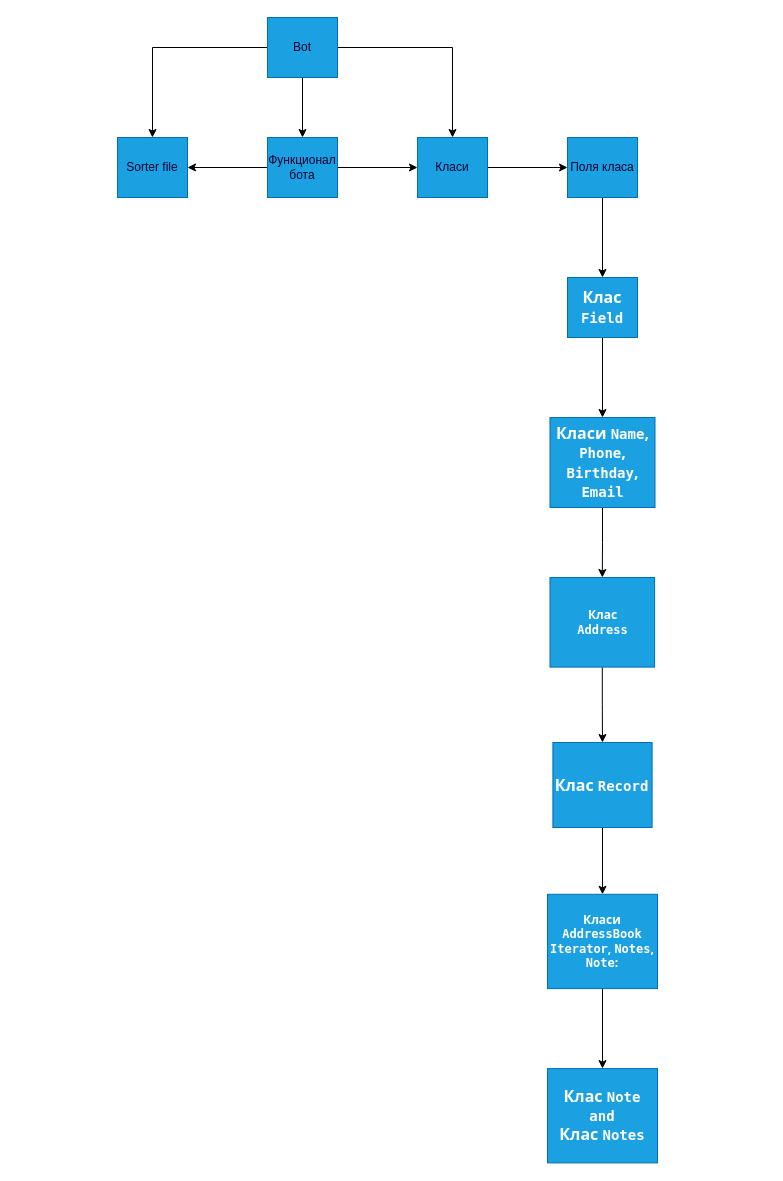
Above: 1.drawio in maxchernigov/sort (draw.io), before the change. Source tidied: cells renumbered, new cells numbered last; positions are measured from the earlier drawing's top-left corner, leaving out a move shared by most shapes. Both pictures are drawn from the tidied source at 100%, with x=0, y=0 at pixel (117, 17).
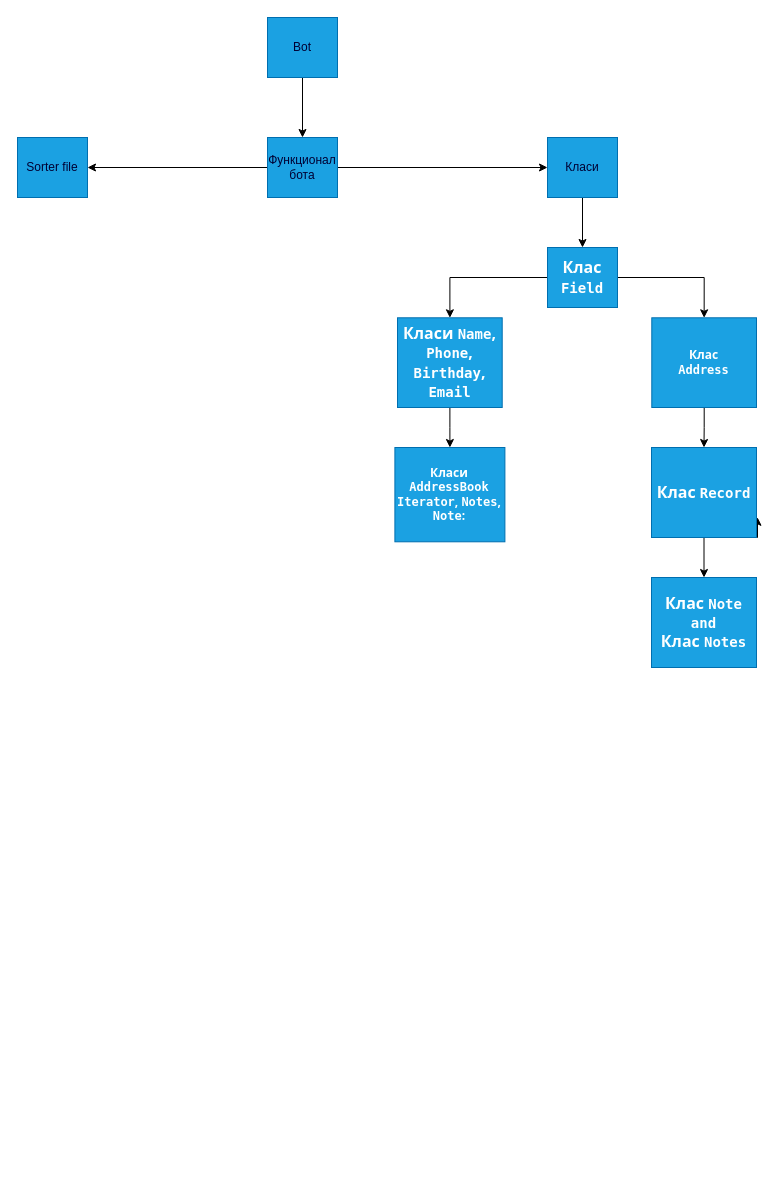
Above is the later version.

The change refers to these unchanged cells:
```xml
<mxCell id="5" value="&lt;font color=&quot;#000033&quot;&gt;Bot&lt;/font&gt;" style="rounded=0;whiteSpace=wrap;html=1;fillColor=#1ba1e2;strokeColor=#006EAF;fontColor=#ffffff;" parent="1" vertex="1">
  <mxGeometry x="150" width="70" height="60" as="geometry" />
</mxCell>
```

Diff of the diagram source:
```diff
@@
-    <mxCell id="3" style="edgeStyle=orthogonalEdgeStyle;rounded=0;jettySize=auto;html=1;entryX=0.5;entryY=0;entryDx=0;entryDy=0;" parent="1" edge="1" source="5" target="11">
-      <mxGeometry relative="1" as="geometry" />
-    </mxCell>
-    <mxCell id="4" style="edgeStyle=orthogonalEdgeStyle;rounded=0;jettySize=auto;html=1;entryX=0.5;entryY=0;entryDx=0;entryDy=0;" parent="1" edge="1" source="5" target="10">
-      <mxGeometry relative="1" as="geometry" />
-    </mxCell>
@@
-    <mxCell id="9" style="edgeStyle=orthogonalEdgeStyle;rounded=0;jettySize=auto;html=1;" parent="1" edge="1" source="10" target="13">
-      <mxGeometry relative="1" as="geometry" />
-    </mxCell>
+    <mxCell id="25" style="edgeStyle=orthogonalEdgeStyle;rounded=0;jettySize=auto;html=1;" parent="1" edge="1" source="10" target="15">
+      <mxGeometry relative="1" as="geometry" />
+    </mxCell>
     <mxCell id="10" value="&lt;font color=&quot;#000033&quot;&gt;&lt;span style=&quot;caret-color: rgb(0, 0, 51);&quot;&gt;Класи&lt;/span&gt;&lt;/font&gt;" style="rounded=0;whiteSpace=wrap;html=1;fillColor=#1ba1e2;strokeColor=#006EAF;fontColor=#ffffff;" parent="1" vertex="1">
-      <mxGeometry x="300" y="120" width="70" height="60" as="geometry" />
+      <mxGeometry x="430" y="120" width="70" height="60" as="geometry" />
     </mxCell>
     <mxCell id="11" value="&lt;font color=&quot;#000033&quot;&gt;&lt;span style=&quot;caret-color: rgb(0, 0, 51);&quot;&gt;Sorter file&lt;br&gt;&lt;/span&gt;&lt;/font&gt;" style="rounded=0;whiteSpace=wrap;html=1;fillColor=#1ba1e2;strokeColor=#006EAF;fontColor=#ffffff;" parent="1" vertex="1">
-      <mxGeometry y="120" width="70" height="60" as="geometry" />
+      <mxGeometry x="-100" y="120" width="70" height="60" as="geometry" />
     </mxCell>
-    <mxCell id="12" style="edgeStyle=orthogonalEdgeStyle;rounded=0;jettySize=auto;html=1;" parent="1" edge="1" source="13" target="15">
-      <mxGeometry relative="1" as="geometry" />
-    </mxCell>
-    <mxCell id="13" value="&lt;font color=&quot;#000033&quot;&gt;&lt;span style=&quot;caret-color: rgb(0, 0, 51);&quot;&gt;Поля класа&lt;br&gt;&lt;/span&gt;&lt;/font&gt;" style="rounded=0;whiteSpace=wrap;html=1;fillColor=#1ba1e2;strokeColor=#006EAF;fontColor=#ffffff;" parent="1" vertex="1">
-      <mxGeometry x="450" y="120" width="70" height="60" as="geometry" />
-    </mxCell>
@@
+    <mxCell id="26" style="edgeStyle=orthogonalEdgeStyle;rounded=0;jettySize=auto;html=1;entryX=0.5;entryY=0;entryDx=0;entryDy=0;" parent="1" edge="1" source="15" target="19">
+      <mxGeometry relative="1" as="geometry" />
+    </mxCell>
     <mxCell id="15" value="&lt;strong style=&quot;caret-color: rgb(0, 0, 0); color: var(--tw-prose-bold); font-size: 16px; font-style: normal; font-variant-caps: normal; letter-spacing: normal; text-indent: 0px; text-transform: none; word-spacing: 0px; -webkit-text-stroke-width: 0px; text-decoration: none; border: 0px solid rgb(217, 217, 227); box-sizing: border-box; font-weight: 600; font-family: Söhne, ui-sans-serif, system-ui, -apple-system, &amp;quot;Segoe UI&amp;quot;, Roboto, Ubuntu, Cantarell, &amp;quot;Noto Sans&amp;quot;, sans-serif, &amp;quot;Helvetica Neue&amp;quot;, Arial, &amp;quot;Apple Color Emoji&amp;quot;, &amp;quot;Segoe UI Emoji&amp;quot;, &amp;quot;Segoe UI Symbol&amp;quot;, &amp;quot;Noto Color Emoji&amp;quot;; text-align: left;&quot;&gt;Клас &lt;code style=&quot;border: 0px solid rgb(217, 217, 227); box-sizing: border-box; --tw-border-spacing-x: 0; --tw-border-spacing-y: 0; --tw-translate-x: 0; --tw-translate-y: 0; --tw-rotate: 0; --tw-skew-x: 0; --tw-skew-y: 0; --tw-scale-x: 1; --tw-scale-y: 1; --tw-pan-x: ; --tw-pan-y: ; --tw-pinch-zoom: ; --tw-scroll-snap-strictness: proximity; --tw-gradient-from-position: ; --tw-gradient-via-position: ; --tw-gradient-to-position: ; --tw-ordinal: ; --tw-slashed-zero: ; --tw-numeric-figure: ; --tw-numeric-spacing: ; --tw-numeric-fraction: ; --tw-ring-inset: ; --tw-ring-offset-width: 0px; --tw-ring-offset-color: #fff; --tw-ring-color: rgba(69,89,164,0.5); --tw-ring-offset-shadow: 0 0 transparent; --tw-ring-shadow: 0 0 transparent; --tw-shadow: 0 0 transparent; --tw-shadow-colored: 0 0 transparent; --tw-blur: ; --tw-brightness: ; --tw-contrast: ; --tw-grayscale: ; --tw-hue-rotate: ; --tw-invert: ; --tw-saturate: ; --tw-sepia: ; --tw-drop-shadow: ; --tw-backdrop-blur: ; --tw-backdrop-brightness: ; --tw-backdrop-contrast: ; --tw-backdrop-grayscale: ; --tw-backdrop-hue-rotate: ; --tw-backdrop-invert: ; --tw-backdrop-opacity: ; --tw-backdrop-saturate: ; --tw-backdrop-sepia: ; font-size: 0.875em; color: var(--tw-prose-code); font-weight: 600; font-family: &amp;quot;Söhne Mono&amp;quot;, Monaco, &amp;quot;Andale Mono&amp;quot;, &amp;quot;Ubuntu Mono&amp;quot;, monospace !important;&quot;&gt;Field&lt;/code&gt;&lt;/strong&gt;" style="rounded=0;whiteSpace=wrap;html=1;fillColor=#1ba1e2;strokeColor=#006EAF;fontColor=#ffffff;" parent="1" vertex="1">
-      <mxGeometry x="450" y="260" width="70" height="60" as="geometry" />
+      <mxGeometry x="430" y="230" width="70" height="60" as="geometry" />
     </mxCell>
-    <mxCell id="16" style="edgeStyle=orthogonalEdgeStyle;rounded=0;jettySize=auto;html=1;" parent="1" edge="1" source="17" target="19">
-      <mxGeometry relative="1" as="geometry" />
-    </mxCell>
+    <mxCell id="27" style="edgeStyle=orthogonalEdgeStyle;rounded=0;jettySize=auto;html=1;" parent="1" edge="1" source="17" target="23">
+      <mxGeometry relative="1" as="geometry" />
+    </mxCell>
     <mxCell id="17" value="&lt;strong style=&quot;caret-color: rgb(0, 0, 0); font-size: 16px; border: 0px solid rgb(217, 217, 227); box-sizing: border-box; font-family: Söhne, ui-sans-serif, system-ui, -apple-system, &amp;quot;Segoe UI&amp;quot;, Roboto, Ubuntu, Cantarell, &amp;quot;Noto Sans&amp;quot;, sans-serif, &amp;quot;Helvetica Neue&amp;quot;, Arial, &amp;quot;Apple Color Emoji&amp;quot;, &amp;quot;Segoe UI Emoji&amp;quot;, &amp;quot;Segoe UI Symbol&amp;quot;, &amp;quot;Noto Color Emoji&amp;quot;; text-align: left;&quot;&gt;Класи &lt;code style=&quot;border: 0px solid rgb(217, 217, 227); box-sizing: border-box; --tw-border-spacing-x: 0; --tw-border-spacing-y: 0; --tw-translate-x: 0; --tw-translate-y: 0; --tw-rotate: 0; --tw-skew-x: 0; --tw-skew-y: 0; --tw-scale-x: 1; --tw-scale-y: 1; --tw-pan-x: ; --tw-pan-y: ; --tw-pinch-zoom: ; --tw-scroll-snap-strictness: proximity; --tw-gradient-from-position: ; --tw-gradient-via-position: ; --tw-gradient-to-position: ; --tw-ordinal: ; --tw-slashed-zero: ; --tw-numeric-figure: ; --tw-numeric-spacing: ; --tw-numeric-fraction: ; --tw-ring-inset: ; --tw-ring-offset-width: 0px; --tw-ring-offset-color: #fff; --tw-ring-color: rgba(69,89,164,0.5); --tw-ring-offset-shadow: 0 0 transparent; --tw-ring-shadow: 0 0 transparent; --tw-shadow: 0 0 transparent; --tw-shadow-colored: 0 0 transparent; --tw-blur: ; --tw-brightness: ; --tw-contrast: ; --tw-grayscale: ; --tw-hue-rotate: ; --tw-invert: ; --tw-saturate: ; --tw-sepia: ; --tw-drop-shadow: ; --tw-backdrop-blur: ; --tw-backdrop-brightness: ; --tw-backdrop-contrast: ; --tw-backdrop-grayscale: ; --tw-backdrop-hue-rotate: ; --tw-backdrop-invert: ; --tw-backdrop-opacity: ; --tw-backdrop-saturate: ; --tw-backdrop-sepia: ; font-size: 0.875em; font-family: &amp;quot;Söhne Mono&amp;quot;, Monaco, &amp;quot;Andale Mono&amp;quot;, &amp;quot;Ubuntu Mono&amp;quot;, monospace !important;&quot;&gt;Name&lt;/code&gt;, &lt;code style=&quot;border: 0px solid rgb(217, 217, 227); box-sizing: border-box; --tw-border-spacing-x: 0; --tw-border-spacing-y: 0; --tw-translate-x: 0; --tw-translate-y: 0; --tw-rotate: 0; --tw-skew-x: 0; --tw-skew-y: 0; --tw-scale-x: 1; --tw-scale-y: 1; --tw-pan-x: ; --tw-pan-y: ; --tw-pinch-zoom: ; --tw-scroll-snap-strictness: proximity; --tw-gradient-from-position: ; --tw-gradient-via-position: ; --tw-gradient-to-position: ; --tw-ordinal: ; --tw-slashed-zero: ; --tw-numeric-figure: ; --tw-numeric-spacing: ; --tw-numeric-fraction: ; --tw-ring-inset: ; --tw-ring-offset-width: 0px; --tw-ring-offset-color: #fff; --tw-ring-color: rgba(69,89,164,0.5); --tw-ring-offset-shadow: 0 0 transparent; --tw-ring-shadow: 0 0 transparent; --tw-shadow: 0 0 transparent; --tw-shadow-colored: 0 0 transparent; --tw-blur: ; --tw-brightness: ; --tw-contrast: ; --tw-grayscale: ; --tw-hue-rotate: ; --tw-invert: ; --tw-saturate: ; --tw-sepia: ; --tw-drop-shadow: ; --tw-backdrop-blur: ; --tw-backdrop-brightness: ; --tw-backdrop-contrast: ; --tw-backdrop-grayscale: ; --tw-backdrop-hue-rotate: ; --tw-backdrop-invert: ; --tw-backdrop-opacity: ; --tw-backdrop-saturate: ; --tw-backdrop-sepia: ; font-size: 0.875em; font-family: &amp;quot;Söhne Mono&amp;quot;, Monaco, &amp;quot;Andale Mono&amp;quot;, &amp;quot;Ubuntu Mono&amp;quot;, monospace !important;&quot;&gt;Phone&lt;/code&gt;, &lt;code style=&quot;border: 0px solid rgb(217, 217, 227); box-sizing: border-box; --tw-border-spacing-x: 0; --tw-border-spacing-y: 0; --tw-translate-x: 0; --tw-translate-y: 0; --tw-rotate: 0; --tw-skew-x: 0; --tw-skew-y: 0; --tw-scale-x: 1; --tw-scale-y: 1; --tw-pan-x: ; --tw-pan-y: ; --tw-pinch-zoom: ; --tw-scroll-snap-strictness: proximity; --tw-gradient-from-position: ; --tw-gradient-via-position: ; --tw-gradient-to-position: ; --tw-ordinal: ; --tw-slashed-zero: ; --tw-numeric-figure: ; --tw-numeric-spacing: ; --tw-numeric-fraction: ; --tw-ring-inset: ; --tw-ring-offset-width: 0px; --tw-ring-offset-color: #fff; --tw-ring-color: rgba(69,89,164,0.5); --tw-ring-offset-shadow: 0 0 transparent; --tw-ring-shadow: 0 0 transparent; --tw-shadow: 0 0 transparent; --tw-shadow-colored: 0 0 transparent; --tw-blur: ; --tw-brightness: ; --tw-contrast: ; --tw-grayscale: ; --tw-hue-rotate: ; --tw-invert: ; --tw-saturate: ; --tw-sepia: ; --tw-drop-shadow: ; --tw-backdrop-blur: ; --tw-backdrop-brightness: ; --tw-backdrop-contrast: ; --tw-backdrop-grayscale: ; --tw-backdrop-hue-rotate: ; --tw-backdrop-invert: ; --tw-backdrop-opacity: ; --tw-backdrop-saturate: ; --tw-backdrop-sepia: ; font-size: 0.875em; font-family: &amp;quot;Söhne Mono&amp;quot;, Monaco, &amp;quot;Andale Mono&amp;quot;, &amp;quot;Ubuntu Mono&amp;quot;, monospace !important;&quot;&gt;Birthday&lt;/code&gt;, &lt;code style=&quot;border: 0px solid rgb(217, 217, 227); box-sizing: border-box; --tw-border-spacing-x: 0; --tw-border-spacing-y: 0; --tw-translate-x: 0; --tw-translate-y: 0; --tw-rotate: 0; --tw-skew-x: 0; --tw-skew-y: 0; --tw-scale-x: 1; --tw-scale-y: 1; --tw-pan-x: ; --tw-pan-y: ; --tw-pinch-zoom: ; --tw-scroll-snap-strictness: proximity; --tw-gradient-from-position: ; --tw-gradient-via-position: ; --tw-gradient-to-position: ; --tw-ordinal: ; --tw-slashed-zero: ; --tw-numeric-figure: ; --tw-numeric-spacing: ; --tw-numeric-fraction: ; --tw-ring-inset: ; --tw-ring-offset-width: 0px; --tw-ring-offset-color: #fff; --tw-ring-color: rgba(69,89,164,0.5); --tw-ring-offset-shadow: 0 0 transparent; --tw-ring-shadow: 0 0 transparent; --tw-shadow: 0 0 transparent; --tw-shadow-colored: 0 0 transparent; --tw-blur: ; --tw-brightness: ; --tw-contrast: ; --tw-grayscale: ; --tw-hue-rotate: ; --tw-invert: ; --tw-saturate: ; --tw-sepia: ; --tw-drop-shadow: ; --tw-backdrop-blur: ; --tw-backdrop-brightness: ; --tw-backdrop-contrast: ; --tw-backdrop-grayscale: ; --tw-backdrop-hue-rotate: ; --tw-backdrop-invert: ; --tw-backdrop-opacity: ; --tw-backdrop-saturate: ; --tw-backdrop-sepia: ; font-size: 0.875em; font-family: &amp;quot;Söhne Mono&amp;quot;, Monaco, &amp;quot;Andale Mono&amp;quot;, &amp;quot;Ubuntu Mono&amp;quot;, monospace !important;&quot;&gt;Email&lt;/code&gt;&lt;/strong&gt;" style="rounded=0;whiteSpace=wrap;html=1;fillColor=#1ba1e2;strokeColor=#006EAF;fontColor=#ffffff;" parent="1" vertex="1">
-      <mxGeometry x="432.5" y="400" width="105" height="90" as="geometry" />
+      <mxGeometry x="280" y="300.3" width="104.7" height="89.7" as="geometry" />
     </mxCell>
@@
     <mxCell id="19" value="&lt;strong style=&quot;caret-color: rgb(0, 0, 0); border: 0px solid rgb(217, 217, 227); box-sizing: border-box; font-family: Söhne, ui-sans-serif, system-ui, -apple-system, &amp;quot;Segoe UI&amp;quot;, Roboto, Ubuntu, Cantarell, &amp;quot;Noto Sans&amp;quot;, sans-serif, &amp;quot;Helvetica Neue&amp;quot;, Arial, &amp;quot;Apple Color Emoji&amp;quot;, &amp;quot;Segoe UI Emoji&amp;quot;, &amp;quot;Segoe UI Symbol&amp;quot;, &amp;quot;Noto Color Emoji&amp;quot;; text-align: left;&quot;&gt;&lt;font style=&quot;font-size: 12px;&quot;&gt;Клас &lt;br&gt;&lt;code style=&quot;border: 0px solid rgb(217, 217, 227); box-sizing: border-box; font-family: &amp;quot;Söhne Mono&amp;quot;, Monaco, &amp;quot;Andale Mono&amp;quot;, &amp;quot;Ubuntu Mono&amp;quot;, monospace !important;&quot;&gt;Address&lt;/code&gt;&lt;/font&gt;&lt;/strong&gt;" style="rounded=0;whiteSpace=wrap;html=1;fillColor=#1ba1e2;strokeColor=#006EAF;fontColor=#ffffff;" parent="1" vertex="1">
-      <mxGeometry x="432.5" y="560" width="104.6" height="89.6" as="geometry" />
+      <mxGeometry x="534.3" y="300.3" width="104.7" height="89.7" as="geometry" />
     </mxCell>
-    <mxCell id="20" style="edgeStyle=orthogonalEdgeStyle;rounded=0;jettySize=auto;html=1;" parent="1" edge="1" source="21" target="23">
-      <mxGeometry relative="1" as="geometry" />
-    </mxCell>
+    <mxCell id="28" style="edgeStyle=orthogonalEdgeStyle;rounded=0;jettySize=auto;html=1;" parent="1" edge="1" source="21" target="24">
+      <mxGeometry relative="1" as="geometry" />
+    </mxCell>
+    <mxCell id="29" style="edgeStyle=orthogonalEdgeStyle;rounded=0;jettySize=auto;html=1;exitX=1;exitY=1;exitDx=0;exitDy=0;" parent="1" edge="1" source="21">
+      <mxGeometry relative="1" as="geometry">
+        <mxPoint x="640" y="499.8" as="targetPoint" />
+      </mxGeometry>
+    </mxCell>
     <mxCell id="21" value="&lt;strong style=&quot;caret-color: rgb(0, 0, 0); font-size: 16px; border: 0px solid rgb(217, 217, 227); box-sizing: border-box; font-family: Söhne, ui-sans-serif, system-ui, -apple-system, &amp;quot;Segoe UI&amp;quot;, Roboto, Ubuntu, Cantarell, &amp;quot;Noto Sans&amp;quot;, sans-serif, &amp;quot;Helvetica Neue&amp;quot;, Arial, &amp;quot;Apple Color Emoji&amp;quot;, &amp;quot;Segoe UI Emoji&amp;quot;, &amp;quot;Segoe UI Symbol&amp;quot;, &amp;quot;Noto Color Emoji&amp;quot;; text-align: left;&quot;&gt;Клас &lt;code style=&quot;border: 0px solid rgb(217, 217, 227); box-sizing: border-box; --tw-border-spacing-x: 0; --tw-border-spacing-y: 0; --tw-translate-x: 0; --tw-translate-y: 0; --tw-rotate: 0; --tw-skew-x: 0; --tw-skew-y: 0; --tw-scale-x: 1; --tw-scale-y: 1; --tw-pan-x: ; --tw-pan-y: ; --tw-pinch-zoom: ; --tw-scroll-snap-strictness: proximity; --tw-gradient-from-position: ; --tw-gradient-via-position: ; --tw-gradient-to-position: ; --tw-ordinal: ; --tw-slashed-zero: ; --tw-numeric-figure: ; --tw-numeric-spacing: ; --tw-numeric-fraction: ; --tw-ring-inset: ; --tw-ring-offset-width: 0px; --tw-ring-offset-color: #fff; --tw-ring-color: rgba(69,89,164,0.5); --tw-ring-offset-shadow: 0 0 transparent; --tw-ring-shadow: 0 0 transparent; --tw-shadow: 0 0 transparent; --tw-shadow-colored: 0 0 transparent; --tw-blur: ; --tw-brightness: ; --tw-contrast: ; --tw-grayscale: ; --tw-hue-rotate: ; --tw-invert: ; --tw-saturate: ; --tw-sepia: ; --tw-drop-shadow: ; --tw-backdrop-blur: ; --tw-backdrop-brightness: ; --tw-backdrop-contrast: ; --tw-backdrop-grayscale: ; --tw-backdrop-hue-rotate: ; --tw-backdrop-invert: ; --tw-backdrop-opacity: ; --tw-backdrop-saturate: ; --tw-backdrop-sepia: ; font-size: 0.875em; font-family: &amp;quot;Söhne Mono&amp;quot;, Monaco, &amp;quot;Andale Mono&amp;quot;, &amp;quot;Ubuntu Mono&amp;quot;, monospace !important;&quot;&gt;Record&lt;/code&gt;&lt;/strong&gt;" style="rounded=0;whiteSpace=wrap;html=1;fillColor=#1ba1e2;strokeColor=#006EAF;fontColor=#ffffff;" parent="1" vertex="1">
-      <mxGeometry x="435.4" y="725" width="99.2" height="85" as="geometry" />
+      <mxGeometry x="534" y="430" width="105" height="90" as="geometry" />
     </mxCell>
-    <mxCell id="22" style="edgeStyle=orthogonalEdgeStyle;rounded=0;jettySize=auto;html=1;" parent="1" edge="1" source="23" target="24">
-      <mxGeometry relative="1" as="geometry" />
-    </mxCell>
     <mxCell id="23" value="&lt;strong style=&quot;caret-color: rgb(0, 0, 0); border: 0px solid rgb(217, 217, 227); box-sizing: border-box; font-family: Söhne, ui-sans-serif, system-ui, -apple-system, &amp;quot;Segoe UI&amp;quot;, Roboto, Ubuntu, Cantarell, &amp;quot;Noto Sans&amp;quot;, sans-serif, &amp;quot;Helvetica Neue&amp;quot;, Arial, &amp;quot;Apple Color Emoji&amp;quot;, &amp;quot;Segoe UI Emoji&amp;quot;, &amp;quot;Segoe UI Symbol&amp;quot;, &amp;quot;Noto Color Emoji&amp;quot;; text-align: left;&quot;&gt;&lt;font style=&quot;font-size: 12px;&quot;&gt;Класи &lt;code style=&quot;border: 0px solid rgb(217, 217, 227); box-sizing: border-box; font-family: &amp;quot;Söhne Mono&amp;quot;, Monaco, &amp;quot;Andale Mono&amp;quot;, &amp;quot;Ubuntu Mono&amp;quot;, monospace !important;&quot;&gt;AddressBook&lt;br&gt;Iterator&lt;/code&gt;, &lt;code style=&quot;border: 0px solid rgb(217, 217, 227); box-sizing: border-box; font-family: &amp;quot;Söhne Mono&amp;quot;, Monaco, &amp;quot;Andale Mono&amp;quot;, &amp;quot;Ubuntu Mono&amp;quot;, monospace !important;&quot;&gt;Notes&lt;/code&gt;, &lt;code style=&quot;border: 0px solid rgb(217, 217, 227); box-sizing: border-box; font-family: &amp;quot;Söhne Mono&amp;quot;, Monaco, &amp;quot;Andale Mono&amp;quot;, &amp;quot;Ubuntu Mono&amp;quot;, monospace !important;&quot;&gt;Note&lt;/code&gt;:&lt;/font&gt;&lt;/strong&gt;" style="rounded=0;whiteSpace=wrap;html=1;fillColor=#1ba1e2;strokeColor=#006EAF;fontColor=#ffffff;" parent="1" vertex="1">
-      <mxGeometry x="430" y="876.8" width="110" height="94.3" as="geometry" />
+      <mxGeometry x="277.4" y="430" width="110" height="94.3" as="geometry" />
     </mxCell>
     <mxCell id="24" value="&lt;strong style=&quot;caret-color: rgb(0, 0, 0); font-size: 16px; border: 0px solid rgb(217, 217, 227); box-sizing: border-box; font-family: Söhne, ui-sans-serif, system-ui, -apple-system, &amp;quot;Segoe UI&amp;quot;, Roboto, Ubuntu, Cantarell, &amp;quot;Noto Sans&amp;quot;, sans-serif, &amp;quot;Helvetica Neue&amp;quot;, Arial, &amp;quot;Apple Color Emoji&amp;quot;, &amp;quot;Segoe UI Emoji&amp;quot;, &amp;quot;Segoe UI Symbol&amp;quot;, &amp;quot;Noto Color Emoji&amp;quot;; text-align: left;&quot;&gt;Клас &lt;code style=&quot;border: 0px solid rgb(217, 217, 227); box-sizing: border-box; --tw-border-spacing-x: 0; --tw-border-spacing-y: 0; --tw-translate-x: 0; --tw-translate-y: 0; --tw-rotate: 0; --tw-skew-x: 0; --tw-skew-y: 0; --tw-scale-x: 1; --tw-scale-y: 1; --tw-pan-x: ; --tw-pan-y: ; --tw-pinch-zoom: ; --tw-scroll-snap-strictness: proximity; --tw-gradient-from-position: ; --tw-gradient-via-position: ; --tw-gradient-to-position: ; --tw-ordinal: ; --tw-slashed-zero: ; --tw-numeric-figure: ; --tw-numeric-spacing: ; --tw-numeric-fraction: ; --tw-ring-inset: ; --tw-ring-offset-width: 0px; --tw-ring-offset-color: #fff; --tw-ring-color: rgba(69,89,164,0.5); --tw-ring-offset-shadow: 0 0 transparent; --tw-ring-shadow: 0 0 transparent; --tw-shadow: 0 0 transparent; --tw-shadow-colored: 0 0 transparent; --tw-blur: ; --tw-brightness: ; --tw-contrast: ; --tw-grayscale: ; --tw-hue-rotate: ; --tw-invert: ; --tw-saturate: ; --tw-sepia: ; --tw-drop-shadow: ; --tw-backdrop-blur: ; --tw-backdrop-brightness: ; --tw-backdrop-contrast: ; --tw-backdrop-grayscale: ; --tw-backdrop-hue-rotate: ; --tw-backdrop-invert: ; --tw-backdrop-opacity: ; --tw-backdrop-saturate: ; --tw-backdrop-sepia: ; font-size: 0.875em; font-family: &amp;quot;Söhne Mono&amp;quot;, Monaco, &amp;quot;Andale Mono&amp;quot;, &amp;quot;Ubuntu Mono&amp;quot;, monospace !important;&quot;&gt;Note and&lt;br&gt;&lt;strong style=&quot;font-size: 16px; border: 0px solid rgb(217, 217, 227); box-sizing: border-box; font-family: Söhne, ui-sans-serif, system-ui, -apple-system, &amp;quot;Segoe UI&amp;quot;, Roboto, Ubuntu, Cantarell, &amp;quot;Noto Sans&amp;quot;, sans-serif, &amp;quot;Helvetica Neue&amp;quot;, Arial, &amp;quot;Apple Color Emoji&amp;quot;, &amp;quot;Segoe UI Emoji&amp;quot;, &amp;quot;Segoe UI Symbol&amp;quot;, &amp;quot;Noto Color Emoji&amp;quot;;&quot;&gt;Клас &lt;code style=&quot;border: 0px solid rgb(217, 217, 227); box-sizing: border-box; --tw-border-spacing-x: 0; --tw-border-spacing-y: 0; --tw-translate-x: 0; --tw-translate-y: 0; --tw-rotate: 0; --tw-skew-x: 0; --tw-skew-y: 0; --tw-scale-x: 1; --tw-scale-y: 1; --tw-pan-x: ; --tw-pan-y: ; --tw-pinch-zoom: ; --tw-scroll-snap-strictness: proximity; --tw-gradient-from-position: ; --tw-gradient-via-position: ; --tw-gradient-to-position: ; --tw-ordinal: ; --tw-slashed-zero: ; --tw-numeric-figure: ; --tw-numeric-spacing: ; --tw-numeric-fraction: ; --tw-ring-inset: ; --tw-ring-offset-width: 0px; --tw-ring-offset-color: #fff; --tw-ring-color: rgba(69,89,164,0.5); --tw-ring-offset-shadow: 0 0 transparent; --tw-ring-shadow: 0 0 transparent; --tw-shadow: 0 0 transparent; --tw-shadow-colored: 0 0 transparent; --tw-blur: ; --tw-brightness: ; --tw-contrast: ; --tw-grayscale: ; --tw-hue-rotate: ; --tw-invert: ; --tw-saturate: ; --tw-sepia: ; --tw-drop-shadow: ; --tw-backdrop-blur: ; --tw-backdrop-brightness: ; --tw-backdrop-contrast: ; --tw-backdrop-grayscale: ; --tw-backdrop-hue-rotate: ; --tw-backdrop-invert: ; --tw-backdrop-opacity: ; --tw-backdrop-saturate: ; --tw-backdrop-sepia: ; font-size: 0.875em; font-family: &amp;quot;Söhne Mono&amp;quot;, Monaco, &amp;quot;Andale Mono&amp;quot;, &amp;quot;Ubuntu Mono&amp;quot;, monospace !important;&quot;&gt;Notes&lt;/code&gt;&lt;/strong&gt;&lt;br&gt;&lt;/code&gt;&lt;/strong&gt;" style="rounded=0;whiteSpace=wrap;html=1;fillColor=#1ba1e2;strokeColor=#006EAF;fontColor=#ffffff;" parent="1" vertex="1">
-      <mxGeometry x="430" y="1051.1" width="110" height="94.3" as="geometry" />
+      <mxGeometry x="534" y="560" width="105" height="90" as="geometry" />
     </mxCell>
```
